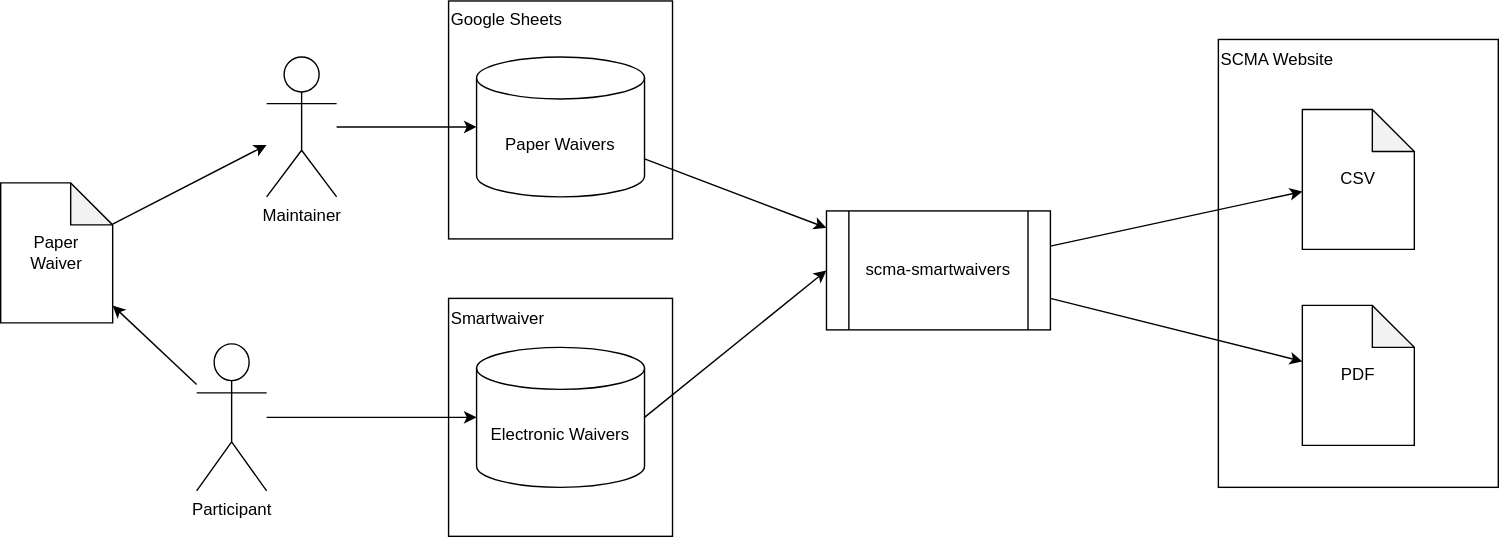
Earlier version of the draw.io export images/dataflow.drawio.svg (rfdonnelly/scma-waivers). Source tidied: cells renumbered, new cells last; positions are measured from the earlier drawing's top-left corner, leaving out a move shared by most shapes.
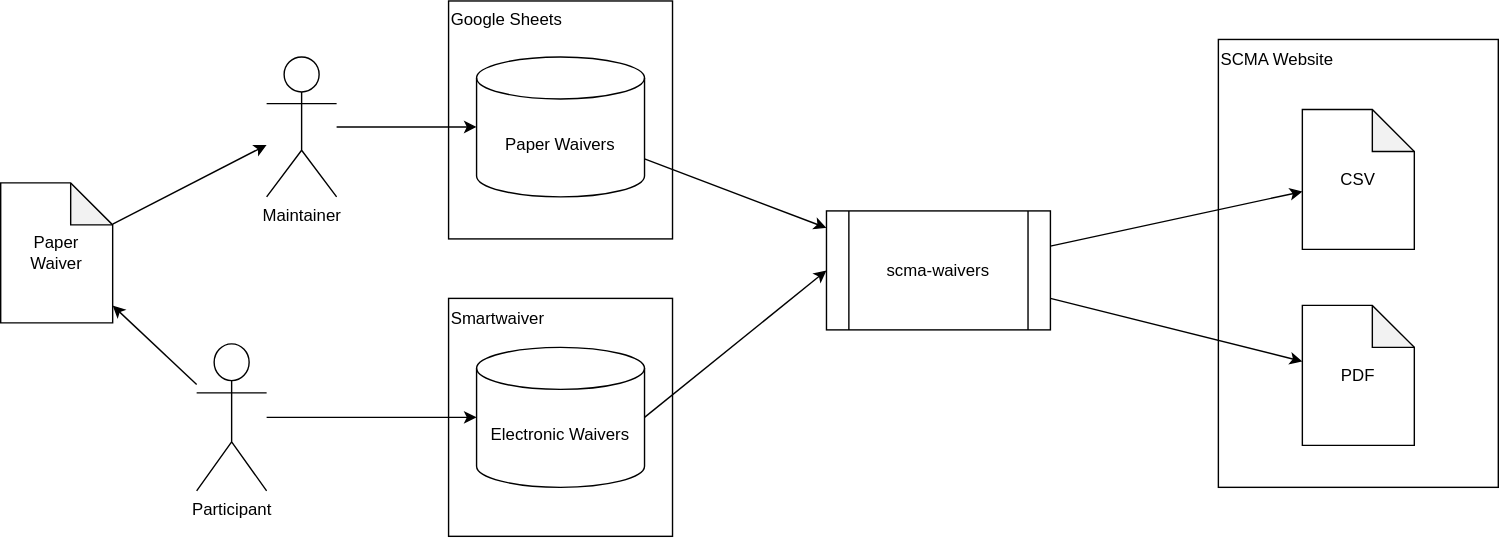
Above is the later version.

Diff of the diagram source:
```diff
@@ -5,7 +5,7 @@
     <mxCell id="2" value="Smartwaiver" style="rounded=0;whiteSpace=wrap;html=1;align=left;verticalAlign=top;" parent="1" vertex="1">
       <mxGeometry x="320" y="212.5" width="160" height="170" as="geometry" />
     </mxCell>
-    <mxCell id="3" value="scma-smartwaivers" style="shape=process;whiteSpace=wrap;html=1;backgroundOutline=1;" parent="1" vertex="1">
+    <mxCell id="3" value="scma-waivers" style="shape=process;whiteSpace=wrap;html=1;backgroundOutline=1;" parent="1" vertex="1">
       <mxGeometry x="590" y="150" width="160" height="85" as="geometry" />
     </mxCell>
     <mxCell id="4" value="SCMA Website" style="rounded=0;whiteSpace=wrap;html=1;align=left;verticalAlign=top;" parent="1" vertex="1">
```
